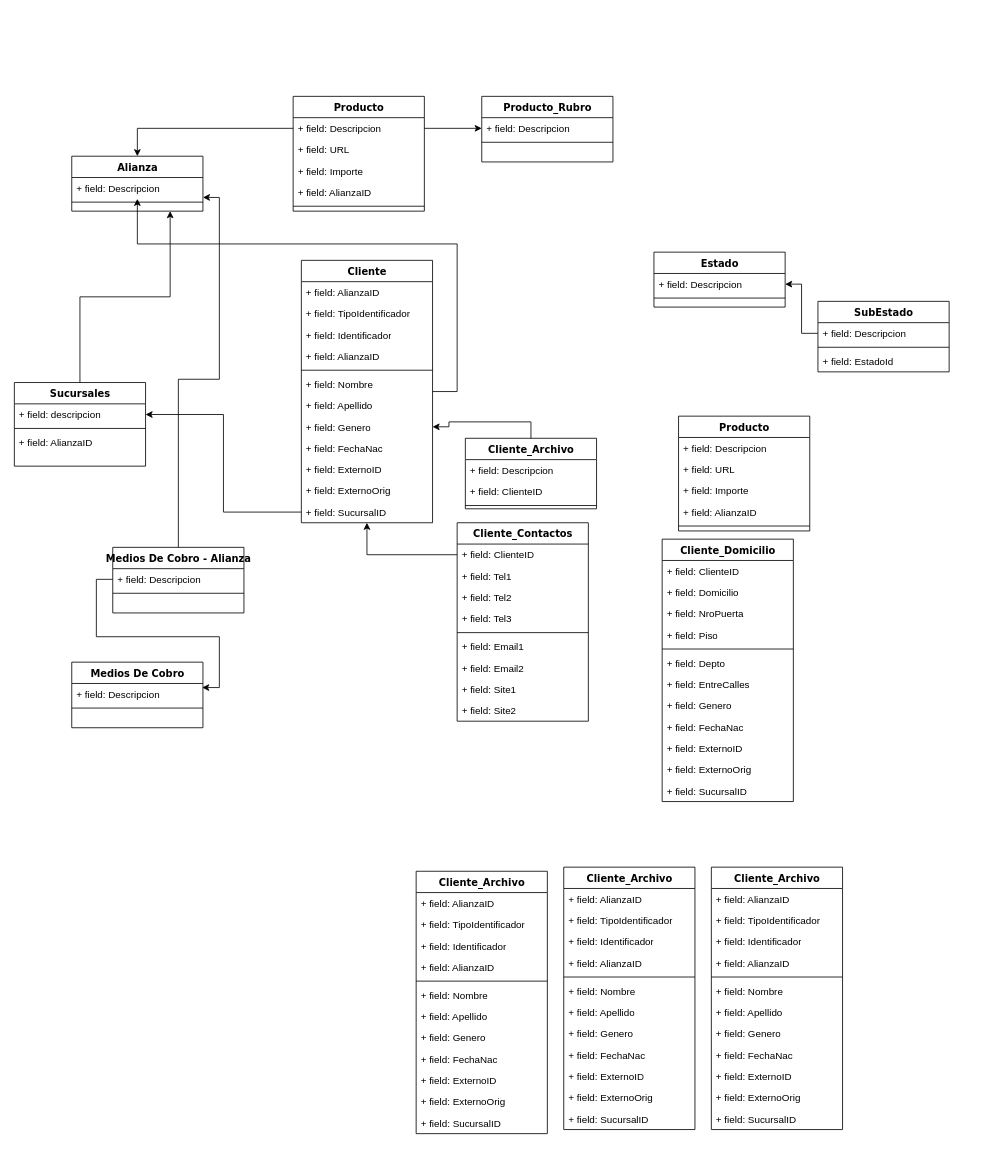
Earlier version of the draw.io diagram gag/Untitled Diagram.drawio (globalassistgroup/.github). Source tidied: cells renumbered, new cells numbered last; positions are measured from the earlier drawing's top-left corner, leaving out a move shared by most shapes. Both pictures are drawn from the tidied source at 82%, with x=0, y=0 at pixel (14, 96).
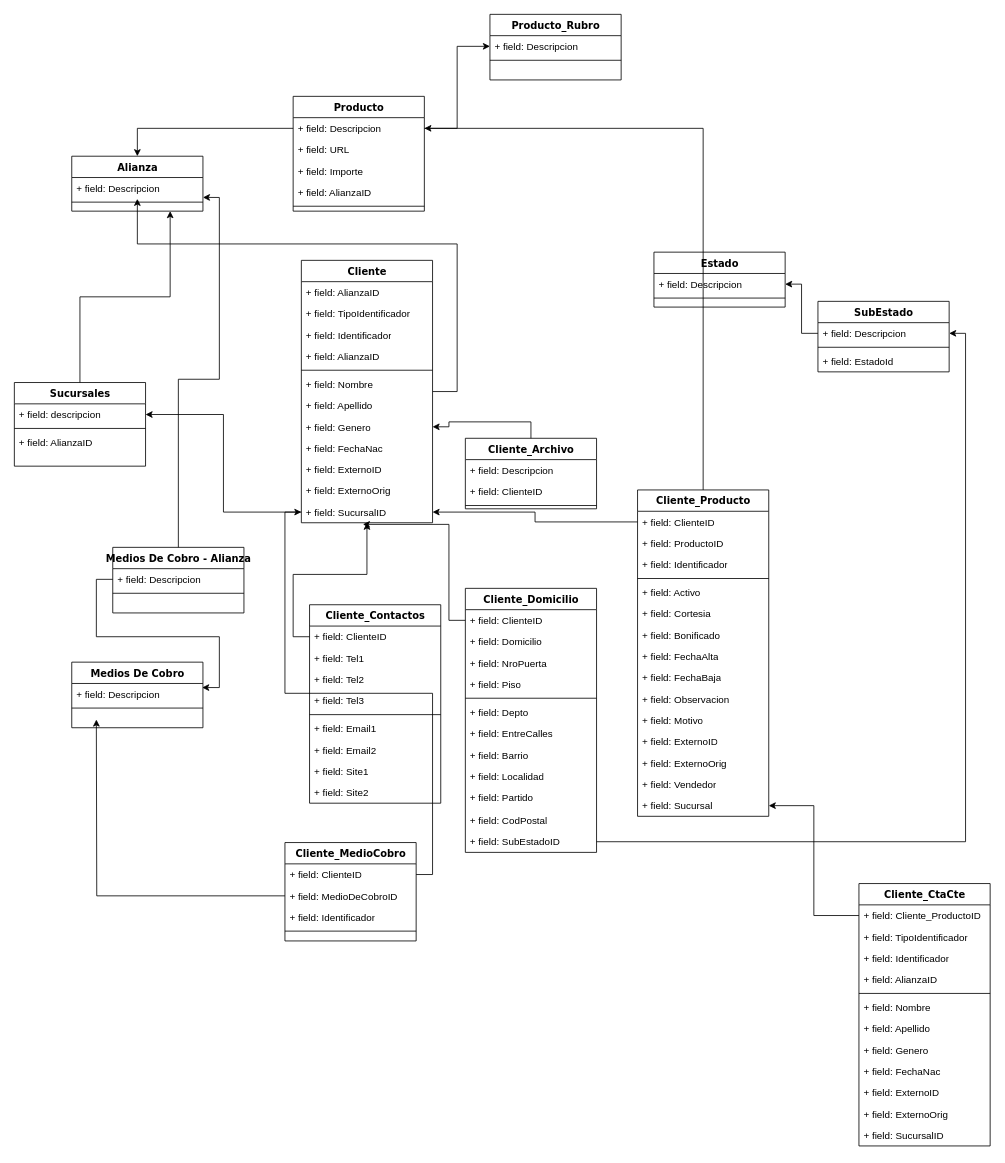
The same diagram, later.

Unchanged cells that the change refers to:
```xml
<mxCell id="9" value="+ field: Descripcion" style="text;html=1;strokeColor=none;fillColor=none;align=left;verticalAlign=top;spacingLeft=4;spacingRight=4;whiteSpace=wrap;overflow=hidden;points=[[0,0.5],[1,0.5]];portConstraint=eastwest;" parent="8" vertex="1">
  <mxGeometry y="26" width="160" height="26" as="geometry" />
</mxCell>
<mxCell id="33" value="+ field: Descripcion" style="text;html=1;strokeColor=none;fillColor=none;align=left;verticalAlign=top;spacingLeft=4;spacingRight=4;whiteSpace=wrap;overflow=hidden;points=[[0,0.5],[1,0.5]];portConstraint=eastwest;" parent="32" vertex="1">
  <mxGeometry y="26" width="160" height="26" as="geometry" />
</mxCell>
<mxCell id="50" value="+ field: SucursalID" style="text;html=1;strokeColor=none;fillColor=none;align=left;verticalAlign=top;spacingLeft=4;spacingRight=4;whiteSpace=wrap;overflow=hidden;points=[[0,0.5],[1,0.5]];portConstraint=eastwest;" parent="38" vertex="1">
  <mxGeometry y="294" width="160" height="26" as="geometry" />
</mxCell>
<mxCell id="74" value="+ field: ClienteID" style="text;html=1;strokeColor=none;fillColor=none;align=left;verticalAlign=top;spacingLeft=4;spacingRight=4;whiteSpace=wrap;overflow=hidden;points=[[0,0.5],[1,0.5]];portConstraint=eastwest;" parent="73" vertex="1">
  <mxGeometry y="26" width="160" height="26" as="geometry" />
</mxCell>
```

What changed in the source:
```diff
@@
     <mxCell id="5" value="Producto_Rubro" style="swimlane;html=1;fontStyle=1;align=center;verticalAlign=top;horizontal=1;startSize=26;swimlaneFillColor=#ffffff;rounded=0;shadow=0;comic=0;labelBackgroundColor=none;strokeWidth=1;fillColor=none;fontFamily=Verdana;fontSize=12;" parent="1" vertex="1">
-      <mxGeometry x="570" width="160" height="80" as="geometry" />
+      <mxGeometry x="580" y="-100" width="160" height="80" as="geometry" />
     </mxCell>
@@
-    <mxCell id="51" value="Producto" style="swimlane;html=1;fontStyle=1;align=center;verticalAlign=top;horizontal=1;startSize=26;swimlaneFillColor=#ffffff;rounded=0;shadow=0;comic=0;labelBackgroundColor=none;strokeWidth=1;fillColor=none;fontFamily=Verdana;fontSize=12;" parent="1" vertex="1">
-      <mxGeometry x="810" y="390" width="160" height="140" as="geometry" />
-    </mxCell>
-    <mxCell id="52" value="+ field: Descripcion" style="text;html=1;strokeColor=none;fillColor=none;align=left;verticalAlign=top;spacingLeft=4;spacingRight=4;whiteSpace=wrap;overflow=hidden;" parent="51" vertex="1">
-      <mxGeometry y="26" width="160" height="26" as="geometry" />
-    </mxCell>
-    <mxCell id="53" value="+ field: URL" style="text;html=1;strokeColor=none;fillColor=none;align=left;verticalAlign=top;spacingLeft=4;spacingRight=4;whiteSpace=wrap;overflow=hidden;" parent="51" vertex="1">
-      <mxGeometry y="52" width="160" height="26" as="geometry" />
-    </mxCell>
-    <mxCell id="54" value="+ field: Importe" style="text;html=1;strokeColor=none;fillColor=none;align=left;verticalAlign=top;spacingLeft=4;spacingRight=4;whiteSpace=wrap;overflow=hidden;" parent="51" vertex="1">
-      <mxGeometry y="78" width="160" height="26" as="geometry" />
-    </mxCell>
-    <mxCell id="55" value="+ field: AlianzaID" style="text;html=1;strokeColor=none;fillColor=none;align=left;verticalAlign=top;spacingLeft=4;spacingRight=4;whiteSpace=wrap;overflow=hidden;" parent="51" vertex="1">
-      <mxGeometry y="104" width="160" height="26" as="geometry" />
-    </mxCell>
-    <mxCell id="56" style="line;html=1;strokeWidth=1;fillColor=none;align=left;verticalAlign=middle;spacingTop=-1;spacingLeft=3;spacingRight=3;labelPosition=right;" parent="51" vertex="1">
-      <mxGeometry y="130" width="160" height="8" as="geometry" />
-    </mxCell>
@@
     <mxCell id="63" value="Cliente_Contactos" style="swimlane;html=1;fontStyle=1;align=center;verticalAlign=top;horizontal=1;startSize=26;swimlaneFillColor=#ffffff;rounded=0;shadow=0;comic=0;labelBackgroundColor=none;strokeWidth=1;fillColor=none;fontFamily=Verdana;fontSize=12;" parent="1" vertex="1">
-      <mxGeometry x="540" y="520" width="160" height="242" as="geometry" />
+      <mxGeometry x="360" y="620" width="160" height="242" as="geometry" />
     </mxCell>
@@
     <mxCell id="73" value="Cliente_Domicilio" style="swimlane;html=1;fontStyle=1;align=center;verticalAlign=top;horizontal=1;startSize=26;swimlaneFillColor=#ffffff;rounded=0;shadow=0;comic=0;labelBackgroundColor=none;strokeWidth=1;fillColor=none;fontFamily=Verdana;fontSize=12;" parent="1" vertex="1">
-      <mxGeometry x="790" y="540" width="160" height="320" as="geometry" />
+      <mxGeometry x="550" y="600" width="160" height="322" as="geometry" />
     </mxCell>
@@
-    <mxCell id="81" value="+ field: Genero" style="text;html=1;strokeColor=none;fillColor=none;align=left;verticalAlign=top;spacingLeft=4;spacingRight=4;whiteSpace=wrap;overflow=hidden;" parent="73" vertex="1">
+    <mxCell id="81" value="+ field: Barrio" style="text;html=1;strokeColor=none;fillColor=none;align=left;verticalAlign=top;spacingLeft=4;spacingRight=4;whiteSpace=wrap;overflow=hidden;" parent="73" vertex="1">
       <mxGeometry y="190" width="160" height="26" as="geometry" />
     </mxCell>
-    <mxCell id="82" value="+ field: FechaNac" style="text;html=1;strokeColor=none;fillColor=none;align=left;verticalAlign=top;spacingLeft=4;spacingRight=4;whiteSpace=wrap;overflow=hidden;" parent="73" vertex="1">
+    <mxCell id="82" value="+ field: Localidad" style="text;html=1;strokeColor=none;fillColor=none;align=left;verticalAlign=top;spacingLeft=4;spacingRight=4;whiteSpace=wrap;overflow=hidden;" parent="73" vertex="1">
       <mxGeometry y="216" width="160" height="26" as="geometry" />
     </mxCell>
-    <mxCell id="83" value="+ field: ExternoID" style="text;html=1;strokeColor=none;fillColor=none;align=left;verticalAlign=top;spacingLeft=4;spacingRight=4;whiteSpace=wrap;overflow=hidden;" parent="73" vertex="1">
-      <mxGeometry y="242" width="160" height="26" as="geometry" />
+    <mxCell id="83" value="+ field: Partido" style="text;html=1;strokeColor=none;fillColor=none;align=left;verticalAlign=top;spacingLeft=4;spacingRight=4;whiteSpace=wrap;overflow=hidden;" parent="73" vertex="1">
+      <mxGeometry y="242" width="160" height="28" as="geometry" />
     </mxCell>
-    <mxCell id="84" value="+ field: ExternoOrig" style="text;html=1;strokeColor=none;fillColor=none;align=left;verticalAlign=top;spacingLeft=4;spacingRight=4;whiteSpace=wrap;overflow=hidden;" parent="73" vertex="1">
-      <mxGeometry y="268" width="160" height="26" as="geometry" />
+    <mxCell id="84" value="+ field: CodPostal" style="text;html=1;strokeColor=none;fillColor=none;align=left;verticalAlign=top;spacingLeft=4;spacingRight=4;whiteSpace=wrap;overflow=hidden;" parent="73" vertex="1">
+      <mxGeometry y="270" width="160" height="26" as="geometry" />
     </mxCell>
-    <mxCell id="85" value="+ field: SucursalID" style="text;html=1;strokeColor=none;fillColor=none;align=left;verticalAlign=top;spacingLeft=4;spacingRight=4;whiteSpace=wrap;overflow=hidden;points=[[0,0.5],[1,0.5]];portConstraint=eastwest;" parent="73" vertex="1">
-      <mxGeometry y="294" width="160" height="26" as="geometry" />
+    <mxCell id="85" value="+ field: SubEstadoID" style="text;html=1;strokeColor=none;fillColor=none;align=left;verticalAlign=top;spacingLeft=4;spacingRight=4;whiteSpace=wrap;overflow=hidden;points=[[0,0.5],[1,0.5]];portConstraint=eastwest;" parent="73" vertex="1">
+      <mxGeometry y="296" width="160" height="26" as="geometry" />
     </mxCell>
-    <mxCell id="86" value="Cliente_Archivo" style="swimlane;html=1;fontStyle=1;align=center;verticalAlign=top;horizontal=1;startSize=26;swimlaneFillColor=#ffffff;rounded=0;shadow=0;comic=0;labelBackgroundColor=none;strokeWidth=1;fillColor=none;fontFamily=Verdana;fontSize=12;" parent="1" vertex="1">
-      <mxGeometry x="490" y="945" width="160" height="320" as="geometry" />
+    <mxCell id="86" value="Cliente_MedioCobro" style="swimlane;html=1;fontStyle=1;align=center;verticalAlign=top;horizontal=1;startSize=26;swimlaneFillColor=#ffffff;rounded=0;shadow=0;comic=0;labelBackgroundColor=none;strokeWidth=1;fillColor=none;fontFamily=Verdana;fontSize=12;" parent="1" vertex="1">
+      <mxGeometry x="330" y="910" width="160" height="120" as="geometry" />
     </mxCell>
-    <mxCell id="87" value="+ field: AlianzaID" style="text;html=1;strokeColor=none;fillColor=none;align=left;verticalAlign=top;spacingLeft=4;spacingRight=4;whiteSpace=wrap;overflow=hidden;points=[[0,0.5],[1,0.5]];portConstraint=eastwest;" parent="86" vertex="1">
+    <mxCell id="87" value="+ field: ClienteID" style="text;html=1;strokeColor=none;fillColor=none;align=left;verticalAlign=top;spacingLeft=4;spacingRight=4;whiteSpace=wrap;overflow=hidden;points=[[0,0.5],[1,0.5]];portConstraint=eastwest;" parent="86" vertex="1">
       <mxGeometry y="26" width="160" height="26" as="geometry" />
     </mxCell>
-    <mxCell id="88" value="+ field: TipoIdentificador" style="text;html=1;strokeColor=none;fillColor=none;align=left;verticalAlign=top;spacingLeft=4;spacingRight=4;whiteSpace=wrap;overflow=hidden;points=[[0,0.5],[1,0.5]];portConstraint=eastwest;" parent="86" vertex="1">
+    <mxCell id="88" value="+ field: MedioDeCobroID" style="text;html=1;strokeColor=none;fillColor=none;align=left;verticalAlign=top;spacingLeft=4;spacingRight=4;whiteSpace=wrap;overflow=hidden;points=[[0,0.5],[1,0.5]];portConstraint=eastwest;" parent="86" vertex="1">
       <mxGeometry y="52" width="160" height="26" as="geometry" />
     </mxCell>
@@
-    <mxCell id="90" value="+ field: AlianzaID" style="text;html=1;strokeColor=none;fillColor=none;align=left;verticalAlign=top;spacingLeft=4;spacingRight=4;whiteSpace=wrap;overflow=hidden;" parent="86" vertex="1">
-      <mxGeometry y="104" width="160" height="26" as="geometry" />
-    </mxCell>
     <mxCell id="91" style="line;html=1;strokeWidth=1;fillColor=none;align=left;verticalAlign=middle;spacingTop=-1;spacingLeft=3;spacingRight=3;labelPosition=right;" parent="86" vertex="1">
-      <mxGeometry y="130" width="160" height="8" as="geometry" />
+      <mxGeometry y="104" width="160" height="8" as="geometry" />
     </mxCell>
-    <mxCell id="92" value="+ field: Nombre" style="text;html=1;strokeColor=none;fillColor=none;align=left;verticalAlign=top;spacingLeft=4;spacingRight=4;whiteSpace=wrap;overflow=hidden;" parent="86" vertex="1">
-      <mxGeometry y="138" width="160" height="26" as="geometry" />
-    </mxCell>
-    <mxCell id="93" value="+ field: Apellido" style="text;html=1;strokeColor=none;fillColor=none;align=left;verticalAlign=top;spacingLeft=4;spacingRight=4;whiteSpace=wrap;overflow=hidden;" parent="86" vertex="1">
-      <mxGeometry y="164" width="160" height="26" as="geometry" />
-    </mxCell>
-    <mxCell id="94" value="+ field: Genero" style="text;html=1;strokeColor=none;fillColor=none;align=left;verticalAlign=top;spacingLeft=4;spacingRight=4;whiteSpace=wrap;overflow=hidden;" parent="86" vertex="1">
-      <mxGeometry y="190" width="160" height="26" as="geometry" />
-    </mxCell>
-    <mxCell id="95" value="+ field: FechaNac" style="text;html=1;strokeColor=none;fillColor=none;align=left;verticalAlign=top;spacingLeft=4;spacingRight=4;whiteSpace=wrap;overflow=hidden;" parent="86" vertex="1">
-      <mxGeometry y="216" width="160" height="26" as="geometry" />
-    </mxCell>
-    <mxCell id="96" value="+ field: ExternoID" style="text;html=1;strokeColor=none;fillColor=none;align=left;verticalAlign=top;spacingLeft=4;spacingRight=4;whiteSpace=wrap;overflow=hidden;" parent="86" vertex="1">
-      <mxGeometry y="242" width="160" height="26" as="geometry" />
-    </mxCell>
-    <mxCell id="97" value="+ field: ExternoOrig" style="text;html=1;strokeColor=none;fillColor=none;align=left;verticalAlign=top;spacingLeft=4;spacingRight=4;whiteSpace=wrap;overflow=hidden;" parent="86" vertex="1">
-      <mxGeometry y="268" width="160" height="26" as="geometry" />
-    </mxCell>
-    <mxCell id="98" value="+ field: SucursalID" style="text;html=1;strokeColor=none;fillColor=none;align=left;verticalAlign=top;spacingLeft=4;spacingRight=4;whiteSpace=wrap;overflow=hidden;" parent="86" vertex="1">
-      <mxGeometry y="294" width="160" height="26" as="geometry" />
-    </mxCell>
+    <mxCell id="126" style="edgeStyle=orthogonalEdgeStyle;rounded=0;jettySize=auto;html=1;" parent="1" edge="1" source="99" target="9">
+      <mxGeometry relative="1" as="geometry" />
+    </mxCell>
-    <mxCell id="99" value="Cliente_Archivo" style="swimlane;html=1;fontStyle=1;align=center;verticalAlign=top;horizontal=1;startSize=26;swimlaneFillColor=#ffffff;rounded=0;shadow=0;comic=0;labelBackgroundColor=none;strokeWidth=1;fillColor=none;fontFamily=Verdana;fontSize=12;" parent="1" vertex="1">
-      <mxGeometry x="670" y="940" width="160" height="320" as="geometry" />
+    <mxCell id="99" value="Cliente_Producto" style="swimlane;html=1;fontStyle=1;align=center;verticalAlign=top;horizontal=1;startSize=26;swimlaneFillColor=#ffffff;rounded=0;shadow=0;comic=0;labelBackgroundColor=none;strokeWidth=1;fillColor=none;fontFamily=Verdana;fontSize=12;" parent="1" vertex="1">
+      <mxGeometry x="760" y="480" width="160" height="398" as="geometry" />
     </mxCell>
-    <mxCell id="100" value="+ field: AlianzaID" style="text;html=1;strokeColor=none;fillColor=none;align=left;verticalAlign=top;spacingLeft=4;spacingRight=4;whiteSpace=wrap;overflow=hidden;points=[[0,0.5],[1,0.5]];portConstraint=eastwest;" parent="99" vertex="1">
+    <mxCell id="100" value="+ field: ClienteID" style="text;html=1;strokeColor=none;fillColor=none;align=left;verticalAlign=top;spacingLeft=4;spacingRight=4;whiteSpace=wrap;overflow=hidden;points=[[0,0.5],[1,0.5]];portConstraint=eastwest;" parent="99" vertex="1">
       <mxGeometry y="26" width="160" height="26" as="geometry" />
     </mxCell>
-    <mxCell id="101" value="+ field: TipoIdentificador" style="text;html=1;strokeColor=none;fillColor=none;align=left;verticalAlign=top;spacingLeft=4;spacingRight=4;whiteSpace=wrap;overflow=hidden;" parent="99" vertex="1">
+    <mxCell id="101" value="+ field: ProductoID" style="text;html=1;strokeColor=none;fillColor=none;align=left;verticalAlign=top;spacingLeft=4;spacingRight=4;whiteSpace=wrap;overflow=hidden;" parent="99" vertex="1">
       <mxGeometry y="52" width="160" height="26" as="geometry" />
     </mxCell>
@@
-    <mxCell id="103" value="+ field: AlianzaID" style="text;html=1;strokeColor=none;fillColor=none;align=left;verticalAlign=top;spacingLeft=4;spacingRight=4;whiteSpace=wrap;overflow=hidden;" parent="99" vertex="1">
-      <mxGeometry y="104" width="160" height="26" as="geometry" />
-    </mxCell>
     <mxCell id="104" style="line;html=1;strokeWidth=1;fillColor=none;align=left;verticalAlign=middle;spacingTop=-1;spacingLeft=3;spacingRight=3;labelPosition=right;" parent="99" vertex="1">
-      <mxGeometry y="130" width="160" height="8" as="geometry" />
+      <mxGeometry y="104" width="160" height="8" as="geometry" />
     </mxCell>
-    <mxCell id="105" value="+ field: Nombre" style="text;html=1;strokeColor=none;fillColor=none;align=left;verticalAlign=top;spacingLeft=4;spacingRight=4;whiteSpace=wrap;overflow=hidden;" parent="99" vertex="1">
-      <mxGeometry y="138" width="160" height="26" as="geometry" />
+    <mxCell id="105" value="+ field: Activo" style="text;html=1;strokeColor=none;fillColor=none;align=left;verticalAlign=top;spacingLeft=4;spacingRight=4;whiteSpace=wrap;overflow=hidden;" parent="99" vertex="1">
+      <mxGeometry y="112" width="160" height="26" as="geometry" />
     </mxCell>
-    <mxCell id="106" value="+ field: Apellido" style="text;html=1;strokeColor=none;fillColor=none;align=left;verticalAlign=top;spacingLeft=4;spacingRight=4;whiteSpace=wrap;overflow=hidden;" parent="99" vertex="1">
-      <mxGeometry y="164" width="160" height="26" as="geometry" />
+    <mxCell id="106" value="+ field: Cortesia" style="text;html=1;strokeColor=none;fillColor=none;align=left;verticalAlign=top;spacingLeft=4;spacingRight=4;whiteSpace=wrap;overflow=hidden;" parent="99" vertex="1">
+      <mxGeometry y="138" width="160" height="26" as="geometry" />
     </mxCell>
-    <mxCell id="107" value="+ field: Genero" style="text;html=1;strokeColor=none;fillColor=none;align=left;verticalAlign=top;spacingLeft=4;spacingRight=4;whiteSpace=wrap;overflow=hidden;" parent="99" vertex="1">
-      <mxGeometry y="190" width="160" height="26" as="geometry" />
+    <mxCell id="107" value="+ field: Bonificado" style="text;html=1;strokeColor=none;fillColor=none;align=left;verticalAlign=top;spacingLeft=4;spacingRight=4;whiteSpace=wrap;overflow=hidden;" parent="99" vertex="1">
+      <mxGeometry y="164" width="160" height="26" as="geometry" />
     </mxCell>
-    <mxCell id="108" value="+ field: FechaNac" style="text;html=1;strokeColor=none;fillColor=none;align=left;verticalAlign=top;spacingLeft=4;spacingRight=4;whiteSpace=wrap;overflow=hidden;" parent="99" vertex="1">
-      <mxGeometry y="216" width="160" height="26" as="geometry" />
+    <mxCell id="108" value="+ field: FechaAlta" style="text;html=1;strokeColor=none;fillColor=none;align=left;verticalAlign=top;spacingLeft=4;spacingRight=4;whiteSpace=wrap;overflow=hidden;" parent="99" vertex="1">
+      <mxGeometry y="190" width="160" height="26" as="geometry" />
     </mxCell>
-    <mxCell id="109" value="+ field: ExternoID" style="text;html=1;strokeColor=none;fillColor=none;align=left;verticalAlign=top;spacingLeft=4;spacingRight=4;whiteSpace=wrap;overflow=hidden;" parent="99" vertex="1">
-      <mxGeometry y="242" width="160" height="26" as="geometry" />
+    <mxCell id="109" value="+ field: FechaBaja" style="text;html=1;strokeColor=none;fillColor=none;align=left;verticalAlign=top;spacingLeft=4;spacingRight=4;whiteSpace=wrap;overflow=hidden;" parent="99" vertex="1">
+      <mxGeometry y="216" width="160" height="26" as="geometry" />
     </mxCell>
-    <mxCell id="110" value="+ field: ExternoOrig" style="text;html=1;strokeColor=none;fillColor=none;align=left;verticalAlign=top;spacingLeft=4;spacingRight=4;whiteSpace=wrap;overflow=hidden;" parent="99" vertex="1">
-      <mxGeometry y="268" width="160" height="26" as="geometry" />
+    <mxCell id="110" value="+ field: Observacion" style="text;html=1;strokeColor=none;fillColor=none;align=left;verticalAlign=top;spacingLeft=4;spacingRight=4;whiteSpace=wrap;overflow=hidden;" parent="99" vertex="1">
+      <mxGeometry y="242" width="160" height="26" as="geometry" />
     </mxCell>
-    <mxCell id="111" value="+ field: SucursalID" style="text;html=1;strokeColor=none;fillColor=none;align=left;verticalAlign=top;spacingLeft=4;spacingRight=4;whiteSpace=wrap;overflow=hidden;" parent="99" vertex="1">
-      <mxGeometry y="294" width="160" height="26" as="geometry" />
+    <mxCell id="111" value="+ field: Motivo" style="text;html=1;strokeColor=none;fillColor=none;align=left;verticalAlign=top;spacingLeft=4;spacingRight=4;whiteSpace=wrap;overflow=hidden;" parent="99" vertex="1">
+      <mxGeometry y="268" width="160" height="26" as="geometry" />
     </mxCell>
+    <mxCell id="96" value="+ field: ExternoID" style="text;html=1;strokeColor=none;fillColor=none;align=left;verticalAlign=top;spacingLeft=4;spacingRight=4;whiteSpace=wrap;overflow=hidden;" parent="99" vertex="1">
+      <mxGeometry y="294" width="160" height="26" as="geometry" />
+    </mxCell>
+    <mxCell id="97" value="+ field: ExternoOrig" style="text;html=1;strokeColor=none;fillColor=none;align=left;verticalAlign=top;spacingLeft=4;spacingRight=4;whiteSpace=wrap;overflow=hidden;" parent="99" vertex="1">
+      <mxGeometry y="320" width="160" height="26" as="geometry" />
+    </mxCell>
+    <mxCell id="127" value="+ field: Vendedor" style="text;html=1;strokeColor=none;fillColor=none;align=left;verticalAlign=top;spacingLeft=4;spacingRight=4;whiteSpace=wrap;overflow=hidden;" parent="99" vertex="1">
+      <mxGeometry y="346" width="160" height="26" as="geometry" />
+    </mxCell>
+    <mxCell id="128" value="+ field: Sucursal" style="text;html=1;strokeColor=none;fillColor=none;align=left;verticalAlign=top;spacingLeft=4;spacingRight=4;whiteSpace=wrap;overflow=hidden;points=[[0,0.5],[1,0.5]];portConstraint=eastwest;" parent="99" vertex="1">
+      <mxGeometry y="372" width="160" height="26" as="geometry" />
+    </mxCell>
-    <mxCell id="112" value="Cliente_Archivo" style="swimlane;html=1;fontStyle=1;align=center;verticalAlign=top;horizontal=1;startSize=26;swimlaneFillColor=#ffffff;rounded=0;shadow=0;comic=0;labelBackgroundColor=none;strokeWidth=1;fillColor=none;fontFamily=Verdana;fontSize=12;" parent="1" vertex="1">
-      <mxGeometry x="850" y="940" width="160" height="320" as="geometry" />
+    <mxCell id="112" value="Cliente_CtaCte" style="swimlane;html=1;fontStyle=1;align=center;verticalAlign=top;horizontal=1;startSize=26;swimlaneFillColor=#ffffff;rounded=0;shadow=0;comic=0;labelBackgroundColor=none;strokeWidth=1;fillColor=none;fontFamily=Verdana;fontSize=12;" parent="1" vertex="1">
+      <mxGeometry x="1030" y="960" width="160" height="320" as="geometry" />
     </mxCell>
-    <mxCell id="113" value="+ field: AlianzaID" style="text;html=1;strokeColor=none;fillColor=none;align=left;verticalAlign=top;spacingLeft=4;spacingRight=4;whiteSpace=wrap;overflow=hidden;points=[[0,0.5],[1,0.5]];portConstraint=eastwest;" parent="112" vertex="1">
+    <mxCell id="113" value="+ field: Cliente_ProductoID" style="text;html=1;strokeColor=none;fillColor=none;align=left;verticalAlign=top;spacingLeft=4;spacingRight=4;whiteSpace=wrap;overflow=hidden;points=[[0,0.5],[1,0.5]];portConstraint=eastwest;" parent="112" vertex="1">
       <mxGeometry y="26" width="160" height="26" as="geometry" />
     </mxCell>
@@
+    <mxCell id="129" style="edgeStyle=orthogonalEdgeStyle;rounded=0;jettySize=auto;html=1;entryX=1;entryY=0.5;entryDx=0;entryDy=0;" parent="1" edge="1" source="85" target="33">
+      <mxGeometry relative="1" as="geometry" />
+    </mxCell>
+    <mxCell id="130" style="edgeStyle=orthogonalEdgeStyle;rounded=0;jettySize=auto;html=1;entryX=0.469;entryY=1.077;entryDx=0;entryDy=0;entryPerimeter=0;" parent="1" edge="1" source="74" target="50">
+      <mxGeometry relative="1" as="geometry" />
+    </mxCell>
+    <mxCell id="131" style="edgeStyle=orthogonalEdgeStyle;rounded=0;jettySize=auto;html=1;" parent="1" edge="1" source="88">
+      <mxGeometry relative="1" as="geometry">
+        <mxPoint x="100" y="760" as="targetPoint" />
+      </mxGeometry>
+    </mxCell>
+    <mxCell id="132" style="edgeStyle=orthogonalEdgeStyle;rounded=0;jettySize=auto;html=1;" parent="1" edge="1" source="87" target="50">
+      <mxGeometry relative="1" as="geometry" />
+    </mxCell>
+    <mxCell id="133" style="edgeStyle=orthogonalEdgeStyle;rounded=0;jettySize=auto;html=1;" parent="1" edge="1" source="100" target="50">
+      <mxGeometry relative="1" as="geometry" />
+    </mxCell>
+    <mxCell id="134" style="edgeStyle=orthogonalEdgeStyle;rounded=0;jettySize=auto;html=1;" parent="1" edge="1" source="113" target="128">
+      <mxGeometry relative="1" as="geometry" />
+    </mxCell>
```
